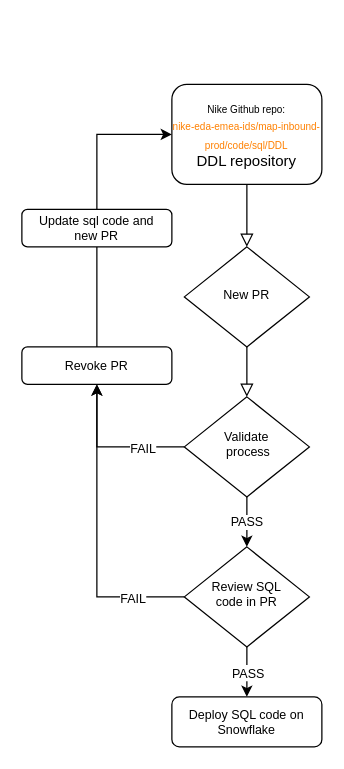
This is Untitled Diagram.drawio from Vortex-ict/test-repo, a draw.io file, before an edit. Source tidied: cells renumbered, new cells numbered last; positions are measured from the earlier drawing's top-left corner, leaving out a move shared by most shapes. Both pictures are drawn from the tidied source at 125%, with x=0, y=0 at pixel (21, 84).
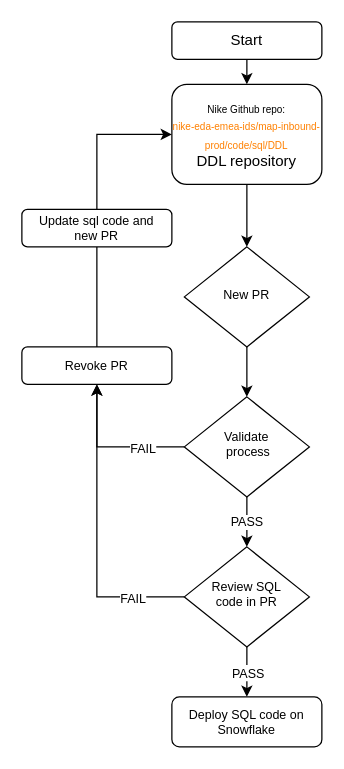
The same diagram, later.

Unchanged cells that the change refers to:
```xml
<mxCell id="3" value="&lt;div&gt;&lt;font style=&quot;font-size: 8px&quot;&gt;Nike Github repo:&lt;br&gt;&lt;/font&gt;&lt;/div&gt;&lt;div&gt;&lt;font style=&quot;font-size: 8px&quot; color=&quot;#FF8000&quot;&gt;nike-eda-emea-ids&lt;/font&gt;&lt;font style=&quot;font-size: 8px&quot; color=&quot;#FF8000&quot;&gt;/map-inbound-prod/code/sql/DDL&lt;/font&gt;&lt;/div&gt;&lt;div&gt;DDL repository&lt;/div&gt;" style="rounded=1;whiteSpace=wrap;html=1;fontSize=12;glass=0;strokeWidth=1;shadow=0;" parent="1" vertex="1">
  <mxGeometry x="120" width="120" height="80" as="geometry" />
</mxCell>
<mxCell id="5" value="&lt;font style=&quot;font-size: 10px&quot;&gt;New PR&lt;/font&gt;" style="rhombus;whiteSpace=wrap;html=1;shadow=0;fontFamily=Helvetica;fontSize=12;align=center;strokeWidth=1;spacing=6;spacingTop=-4;" parent="1" vertex="1">
  <mxGeometry x="130" y="130" width="100" height="80" as="geometry" />
</mxCell>
<mxCell id="9" value="&lt;div style=&quot;font-size: 10px&quot;&gt;&lt;font style=&quot;font-size: 10px&quot;&gt;Validate&lt;/font&gt;&lt;/div&gt;&lt;div style=&quot;font-size: 10px&quot;&gt;&lt;font style=&quot;font-size: 10px&quot;&gt;&amp;nbsp;process&lt;/font&gt;&lt;/div&gt;" style="rhombus;whiteSpace=wrap;html=1;shadow=0;fontFamily=Helvetica;fontSize=12;align=center;strokeWidth=1;spacing=6;spacingTop=-4;" parent="1" vertex="1">
  <mxGeometry x="130" y="250" width="100" height="80" as="geometry" />
</mxCell>
```

Change to the diagram source:
```diff
@@
-    <mxCell id="2" style="rounded=0;html=1;jettySize=auto;fontSize=11;endArrow=block;endFill=0;endSize=8;strokeWidth=1;shadow=0;labelBackgroundColor=none;edgeStyle=orthogonalEdgeStyle;" parent="1" edge="1" source="3" target="5">
+    <mxCell id="2" style="edgeStyle=orthogonalEdgeStyle;rounded=0;jettySize=auto;html=1;exitX=0.5;exitY=1;exitDx=0;exitDy=0;entryX=0.5;entryY=0;entryDx=0;entryDy=0;" parent="1" edge="1" source="3" target="5">
       <mxGeometry relative="1" as="geometry" />
     </mxCell>
@@
-    <mxCell id="4" style="rounded=0;html=1;jettySize=auto;fontSize=11;endArrow=block;endFill=0;endSize=8;strokeWidth=1;shadow=0;labelBackgroundColor=none;edgeStyle=orthogonalEdgeStyle;" parent="1" edge="1" source="5" target="9">
-      <mxGeometry y="20" relative="1" as="geometry" />
+    <mxCell id="4" style="edgeStyle=orthogonalEdgeStyle;rounded=0;jettySize=auto;html=1;exitX=0.5;exitY=1;exitDx=0;exitDy=0;entryX=0.5;entryY=0;entryDx=0;entryDy=0;" parent="1" edge="1" source="5" target="9">
+      <mxGeometry relative="1" as="geometry" />
     </mxCell>
@@
+    <mxCell id="19" style="edgeStyle=orthogonalEdgeStyle;rounded=0;jettySize=auto;html=1;exitX=0.5;exitY=1;exitDx=0;exitDy=0;entryX=0.5;entryY=0;entryDx=0;entryDy=0;" parent="1" edge="1" source="20" target="3">
+      <mxGeometry relative="1" as="geometry" />
+    </mxCell>
+    <mxCell id="20" value="Start" style="rounded=1;whiteSpace=wrap;html=1;" parent="1" vertex="1">
+      <mxGeometry x="120" y="-50" width="120" height="30" as="geometry" />
+    </mxCell>
```
